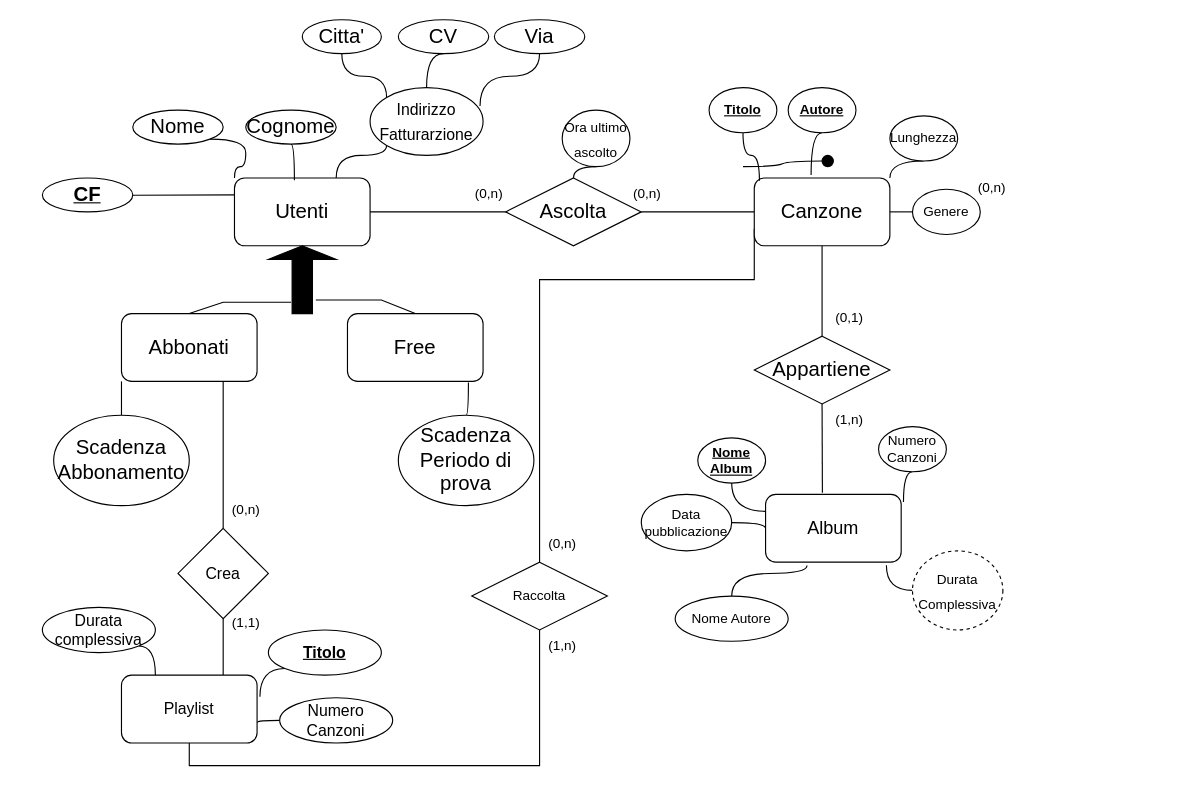
Earlier version of the draw.io diagram BasiDiDati/Progetto/DiagrammaER.drawio (Ariethel/Uni). Source tidied: cells renumbered, new cells numbered last; positions are measured from the earlier drawing's top-left corner, leaving out a move shared by most shapes. Both pictures are drawn from the tidied source at 113%, with x=0, y=0 at pixel (42, 19).
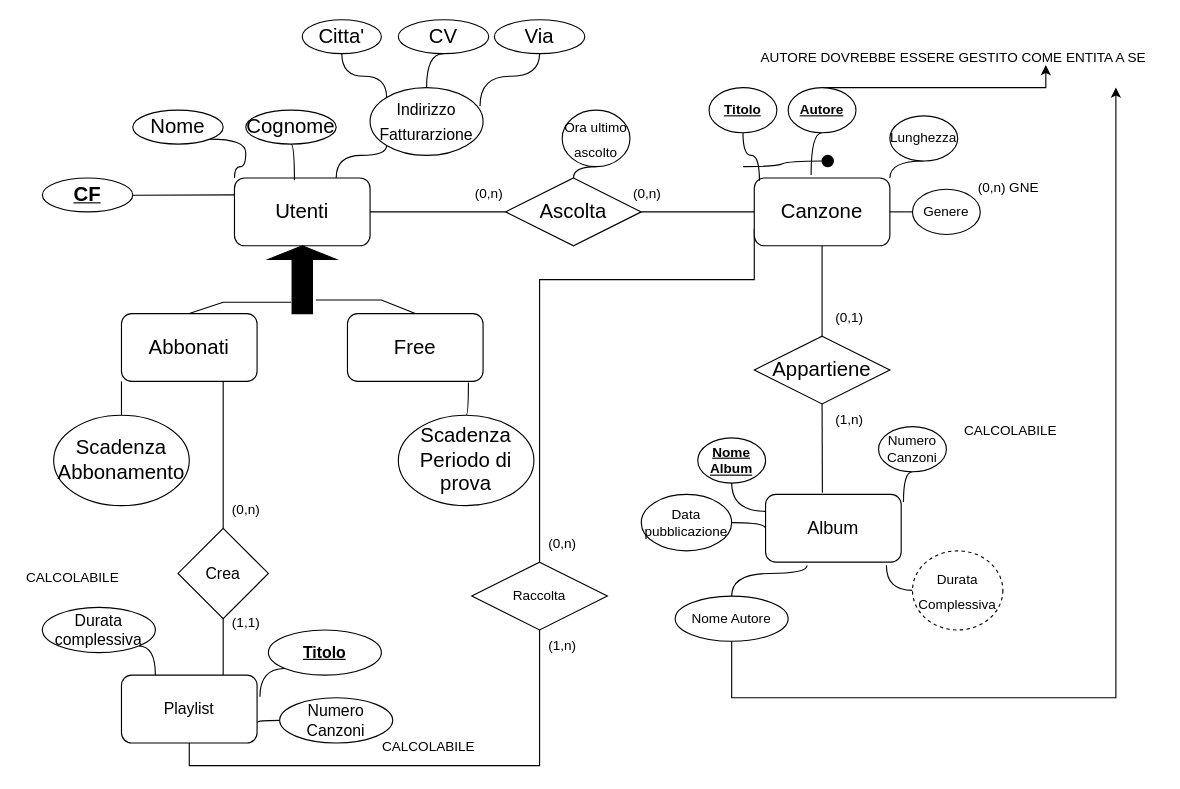
After the change.

The change refers to these unchanged cells:
```xml
<mxCell id="37" value="&lt;b&gt;&lt;u&gt;Autore&lt;/u&gt;&lt;/b&gt;" style="ellipse;whiteSpace=wrap;html=1;align=center;fontSize=12;fillColor=default;" parent="1" vertex="1">
  <mxGeometry x="660" y="60" width="60" height="40" as="geometry" />
</mxCell>
<mxCell id="77" value="Nome Autore" style="ellipse;whiteSpace=wrap;html=1;align=center;fontSize=12;" parent="1" vertex="1">
  <mxGeometry x="560" y="510" width="100" height="40" as="geometry" />
</mxCell>
```

Change to the diagram source:
```diff
@@
+    <mxCell id="78" style="edgeStyle=orthogonalEdgeStyle;rounded=0;jettySize=auto;html=1;exitX=0.5;exitY=0;exitDx=0;exitDy=0;" parent="1" edge="1" source="37">
+      <mxGeometry relative="1" as="geometry">
+        <mxPoint x="888" y="40" as="targetPoint" />
+        <Array as="points">
+          <mxPoint x="888" y="60" />
+        </Array>
+      </mxGeometry>
+    </mxCell>
@@
+    <mxCell id="79" style="edgeStyle=orthogonalEdgeStyle;rounded=0;jettySize=auto;html=1;" parent="1" edge="1" source="77">
+      <mxGeometry relative="1" as="geometry">
+        <mxPoint x="950" y="60" as="targetPoint" />
+        <Array as="points">
+          <mxPoint x="610" y="600" />
+          <mxPoint x="950" y="600" />
+        </Array>
+      </mxGeometry>
+    </mxCell>
@@
+    <mxCell id="80" value="CALCOLABILE" style="text;strokeColor=none;fillColor=none;spacingLeft=4;spacingRight=4;overflow=hidden;fontSize=12;" parent="1" vertex="1">
+      <mxGeometry x="810" y="350" width="140" height="30" as="geometry" />
+    </mxCell>
+    <mxCell id="81" value="CALCOLABILE" style="text;strokeColor=none;fillColor=none;spacingLeft=4;spacingRight=4;overflow=hidden;fontSize=12;" parent="1" vertex="1">
+      <mxGeometry x="295" y="630" width="140" height="30" as="geometry" />
+    </mxCell>
+    <mxCell id="82" value="CALCOLABILE" style="text;strokeColor=none;fillColor=none;spacingLeft=4;spacingRight=4;overflow=hidden;fontSize=12;" parent="1" vertex="1">
+      <mxGeometry x="-20" y="480" width="140" height="30" as="geometry" />
+    </mxCell>
+    <mxCell id="83" value="GNE&#10;" style="text;strokeColor=none;fillColor=none;spacingLeft=4;spacingRight=4;overflow=hidden;fontSize=12;" parent="1" vertex="1">
+      <mxGeometry x="850" y="135" width="40" height="30" as="geometry" />
+    </mxCell>
+    <mxCell id="84" value="AUTORE DOVREBBE ESSERE GESTITO COME ENTITA A SE" style="text;strokeColor=none;fillColor=none;spacingLeft=4;spacingRight=4;overflow=hidden;fontSize=12;" parent="1" vertex="1">
+      <mxGeometry x="630" y="20" width="360" height="30" as="geometry" />
+    </mxCell>
```
